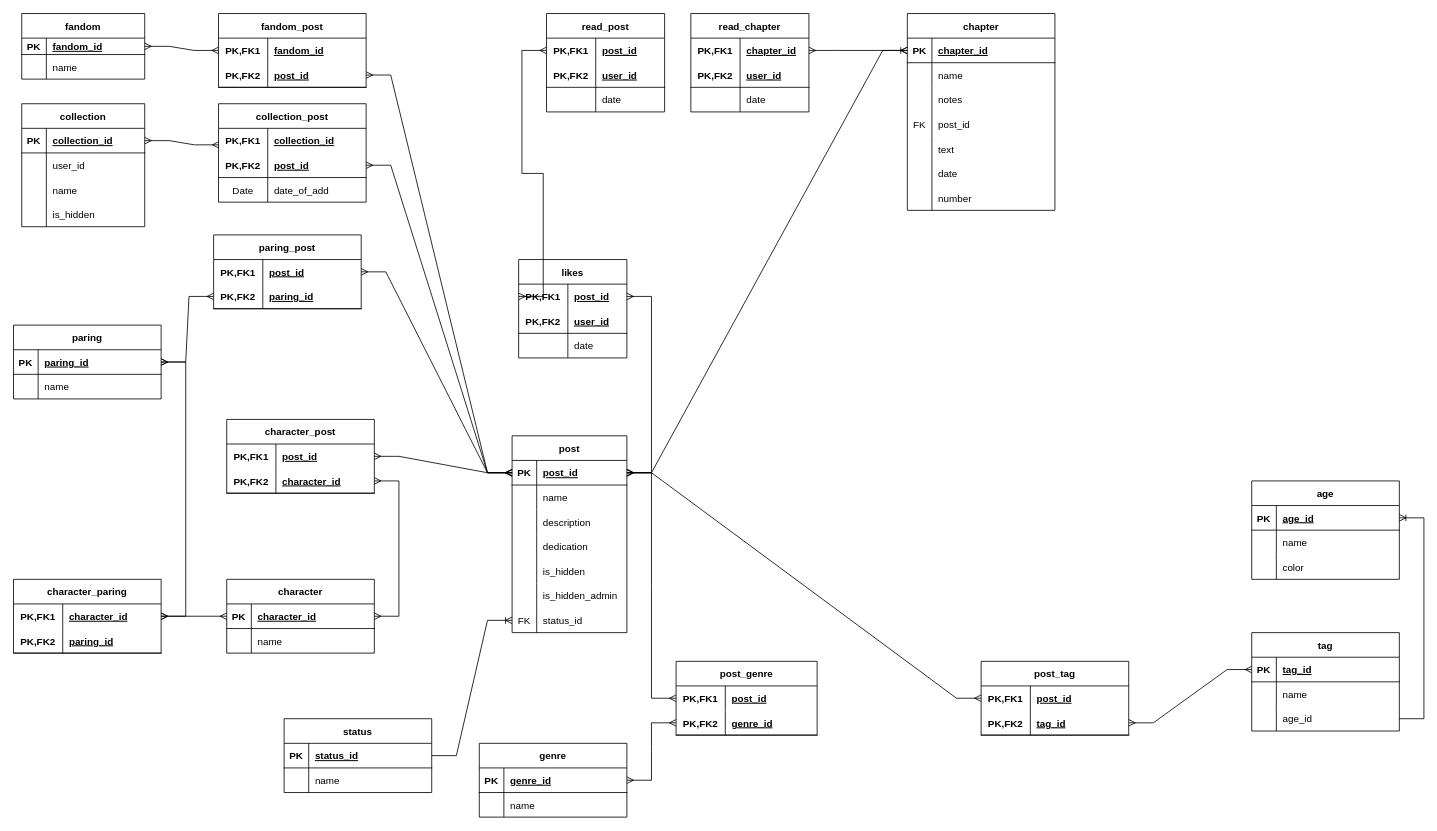
This is db-diagrams/post/sd-post.drawio from Danis0n/story-drop-backend, a draw.io file, before an edit. Source tidied: cells renumbered, new cells numbered last; positions are measured from the earlier drawing's top-left corner, leaving out a move shared by most shapes. Both pictures are drawn from the tidied source at 82%, with x=0, y=0 at pixel (13, 13).
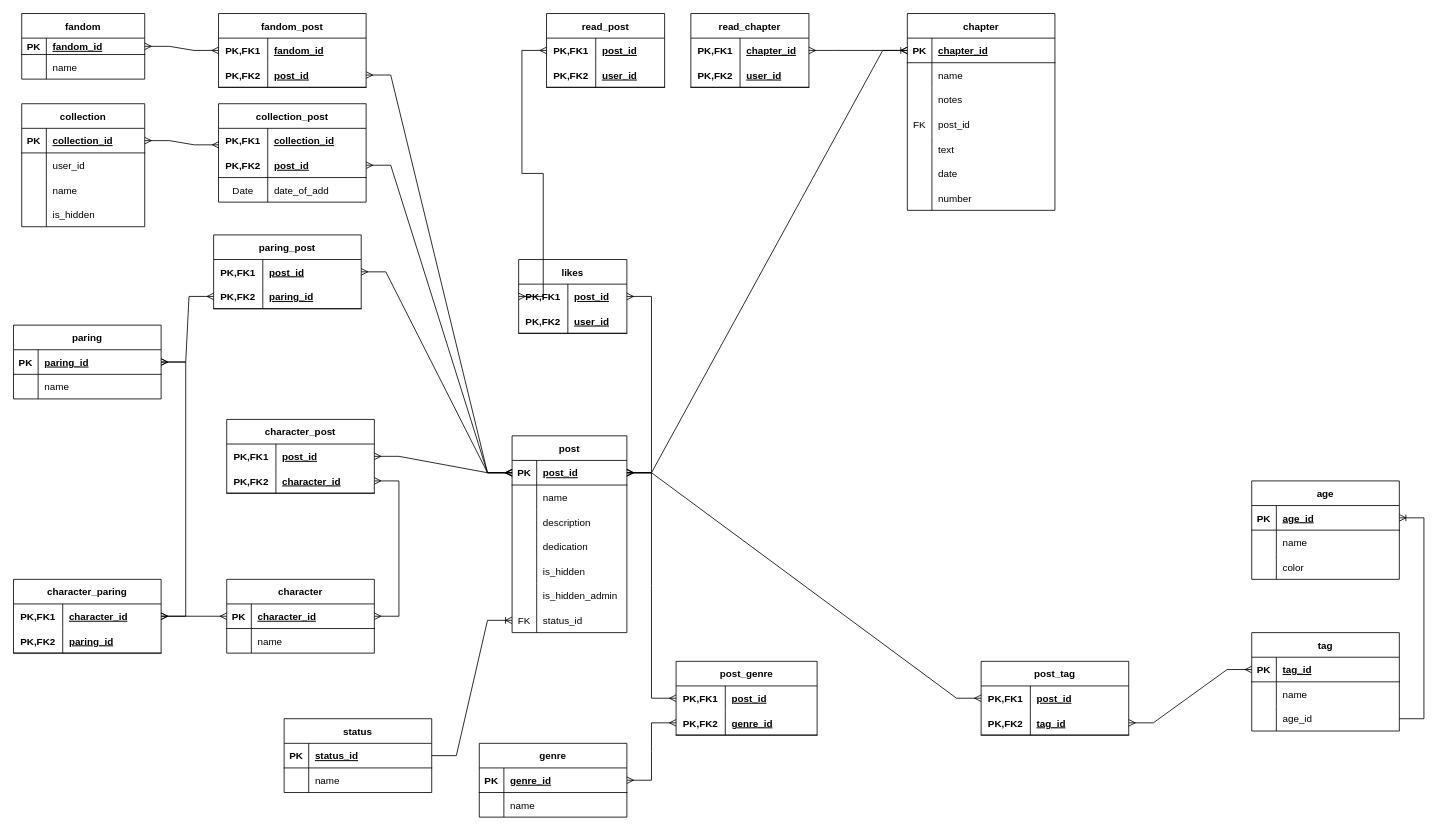
The same page after the edit.

The edit, as a diff of the source:
```diff
@@
     <mxCell id="174" value="likes" style="shape=table;startSize=30;childLayout=tableLayout;rowLines=0;fontStyle=1;align=center;" parent="1" vertex="1">
-      <mxGeometry x="616" y="300" width="132" height="120" as="geometry" />
+      <mxGeometry x="616" y="300" width="132" height="90" as="geometry" />
     </mxCell>
@@
-    <mxCell id="181" style="shape=tableRow;horizontal=0;startSize=0;swimlaneHead=0;swimlaneBody=0;fillColor=none;top=0;left=0;right=0;bottom=0;" parent="174" vertex="1">
-      <mxGeometry y="90" width="132" height="30" as="geometry" />
-    </mxCell>
-    <mxCell id="182" style="shape=partialRectangle;fillColor=none;top=0;left=0;bottom=0;right=0;overflow=hidden;" parent="181" vertex="1">
-      <mxGeometry width="60" height="30" as="geometry" />
-    </mxCell>
-    <mxCell id="183" value="date" style="shape=partialRectangle;fillColor=none;top=0;left=0;bottom=0;right=0;align=left;spacingLeft=6;overflow=hidden;" parent="181" vertex="1">
-      <mxGeometry x="60" width="72" height="30" as="geometry" />
-    </mxCell>
@@
     <mxCell id="185" value="read_chapter" style="shape=table;startSize=30;childLayout=tableLayout;rowLines=0;fontStyle=1;align=center;" parent="1" vertex="1">
-      <mxGeometry x="826" width="144" height="120" as="geometry" />
+      <mxGeometry x="826" width="144" height="90" as="geometry" />
     </mxCell>
@@
-    <mxCell id="192" style="shape=tableRow;horizontal=0;startSize=0;swimlaneHead=0;swimlaneBody=0;fillColor=none;top=0;left=0;right=0;bottom=0;" parent="185" vertex="1">
-      <mxGeometry y="90" width="144" height="30" as="geometry" />
-    </mxCell>
-    <mxCell id="193" style="shape=partialRectangle;fillColor=none;top=0;left=0;bottom=0;right=0;overflow=hidden;" parent="192" vertex="1">
-      <mxGeometry width="60" height="30" as="geometry" />
-    </mxCell>
-    <mxCell id="194" value="date" style="shape=partialRectangle;fillColor=none;top=0;left=0;bottom=0;right=0;align=left;spacingLeft=6;overflow=hidden;" parent="192" vertex="1">
-      <mxGeometry x="60" width="84" height="30" as="geometry" />
-    </mxCell>
@@
     <mxCell id="196" value="read_post" style="shape=table;startSize=30;childLayout=tableLayout;rowLines=0;fontStyle=1;align=center;" parent="1" vertex="1">
-      <mxGeometry x="650" width="144" height="120" as="geometry" />
+      <mxGeometry x="650" width="144" height="90" as="geometry" />
     </mxCell>
@@
-    <mxCell id="203" style="shape=tableRow;horizontal=0;startSize=0;swimlaneHead=0;swimlaneBody=0;fillColor=none;top=0;left=0;right=0;bottom=0;" parent="196" vertex="1">
-      <mxGeometry y="90" width="144" height="30" as="geometry" />
-    </mxCell>
-    <mxCell id="204" style="shape=partialRectangle;fillColor=none;top=0;left=0;bottom=0;right=0;overflow=hidden;" parent="203" vertex="1">
-      <mxGeometry width="60" height="30" as="geometry" />
-    </mxCell>
-    <mxCell id="205" value="date" style="shape=partialRectangle;fillColor=none;top=0;left=0;bottom=0;right=0;align=left;spacingLeft=6;overflow=hidden;" parent="203" vertex="1">
-      <mxGeometry x="60" width="84" height="30" as="geometry" />
-    </mxCell>
```
